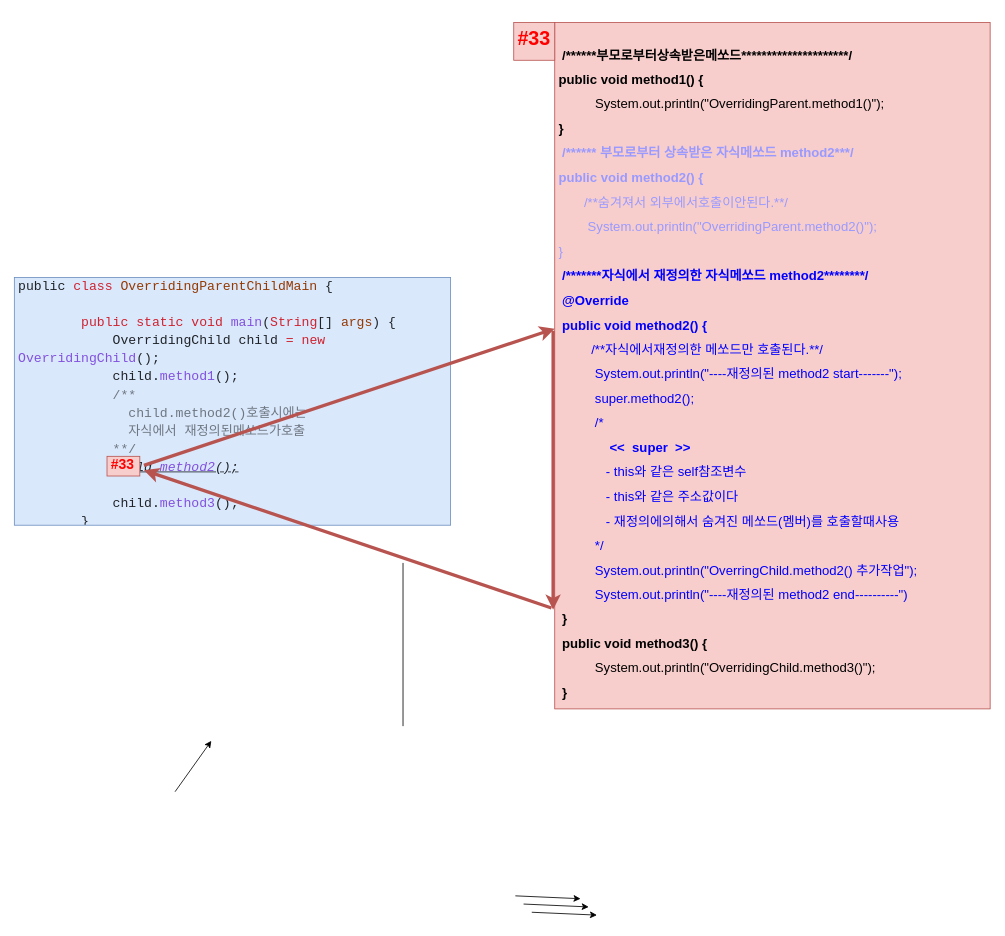
This is 00.DOC/2.자바객체지향프로그래밍/오버라이딩.drawio from 2023-12-JAVA-DEVELOPER-149/01.JAVA_FUNDMENTAL, a draw.io file, before an edit. Source tidied: cells renumbered, new cells numbered last; positions are measured from the earlier drawing's top-left corner, leaving out a move shared by most shapes. Both pictures are drawn from the tidied source at 82%, with x=0, y=0 at pixel (14, 22).
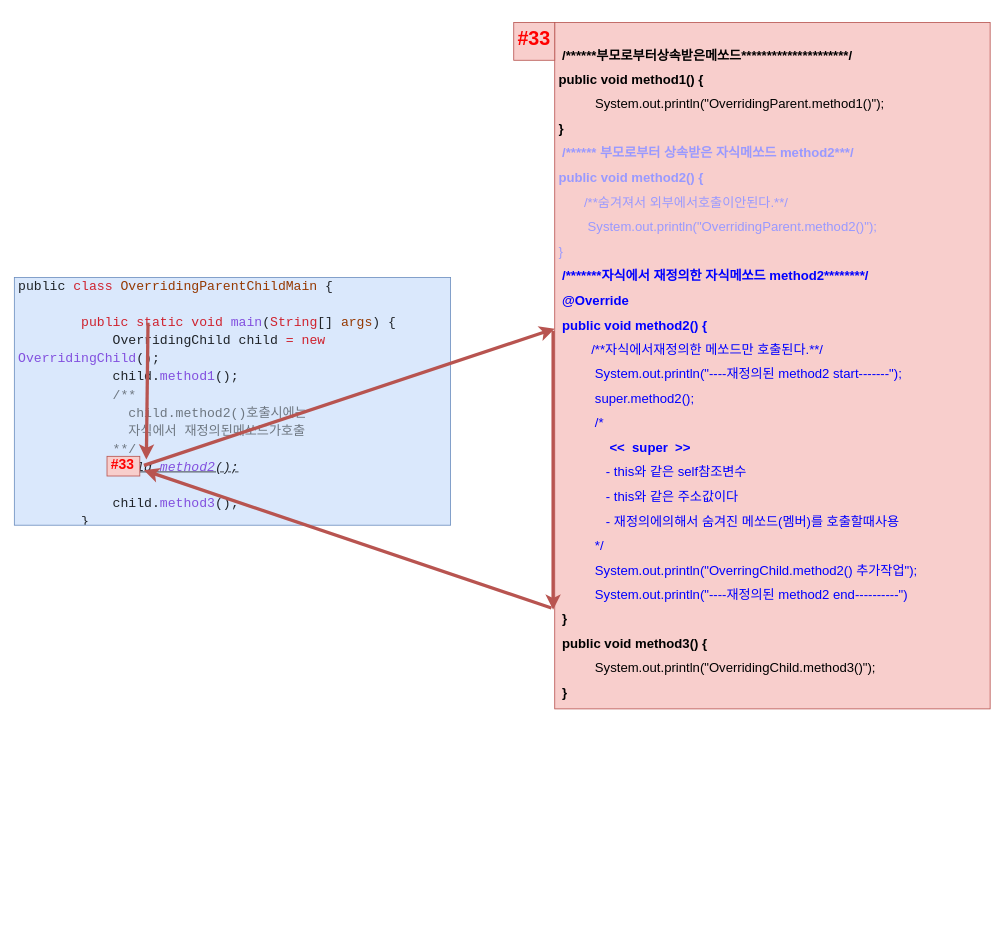
The same diagram, later.

What changed in the source:
```diff
@@
-    <mxCell id="5" style="endArrow=classic;html=1;rounded=0;" parent="1" edge="1">
-      <mxGeometry relative="1" as="geometry">
-        <mxPoint x="196" y="938" as="sourcePoint" />
-        <mxPoint x="240.2" y="876" as="targetPoint" />
-      </mxGeometry>
-    </mxCell>
@@
-    <mxCell id="7" style="endArrow=none;html=1;rounded=0;" parent="1" edge="1">
-      <mxGeometry relative="1" as="geometry">
-        <mxPoint x="474" y="858" as="sourcePoint" />
-        <mxPoint x="474" y="659" as="targetPoint" />
-      </mxGeometry>
-    </mxCell>
@@
-    <mxCell id="10" style="endArrow=classic;html=1;rounded=0;" parent="1" edge="1">
+    <mxCell id="10" style="endArrow=classic;html=1;rounded=0;fillColor=#f8cecc;strokeColor=#b85450;strokeWidth=4;" parent="1" edge="1">
       <mxGeometry relative="1" as="geometry">
-        <mxPoint x="611" y="1065" as="sourcePoint" />
-        <mxPoint x="690.5" y="1068.5" as="targetPoint" />
+        <mxPoint x="163" y="366" as="sourcePoint" />
+        <mxPoint x="161" y="533" as="targetPoint" />
       </mxGeometry>
     </mxCell>
-    <mxCell id="11" style="endArrow=classic;html=1;rounded=0;" parent="1" edge="1">
-      <mxGeometry relative="1" as="geometry">
-        <mxPoint x="621" y="1075" as="sourcePoint" />
-        <mxPoint x="700.5" y="1078.5" as="targetPoint" />
-      </mxGeometry>
-    </mxCell>
-    <mxCell id="12" style="endArrow=classic;html=1;rounded=0;" parent="1" edge="1">
-      <mxGeometry relative="1" as="geometry">
-        <mxPoint x="631" y="1085" as="sourcePoint" />
-        <mxPoint x="710.5" y="1088.5" as="targetPoint" />
-      </mxGeometry>
-    </mxCell>
```
